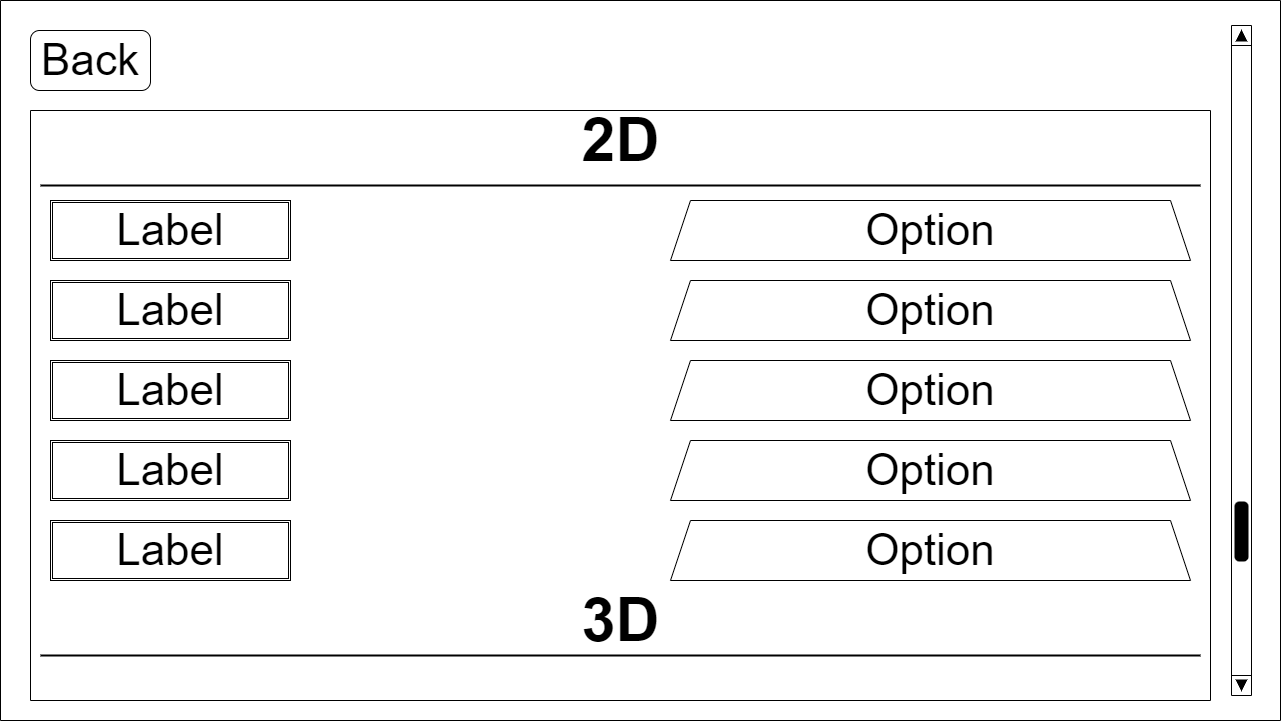
Above: Design/Project-Visual Settings.drawio.png in PawekPL/Atlas-of-Dreams (draw.io), before the change. Source tidied: cells renumbered, new cells last; positions are measured from the earlier drawing's top-left corner, leaving out a move shared by most shapes.
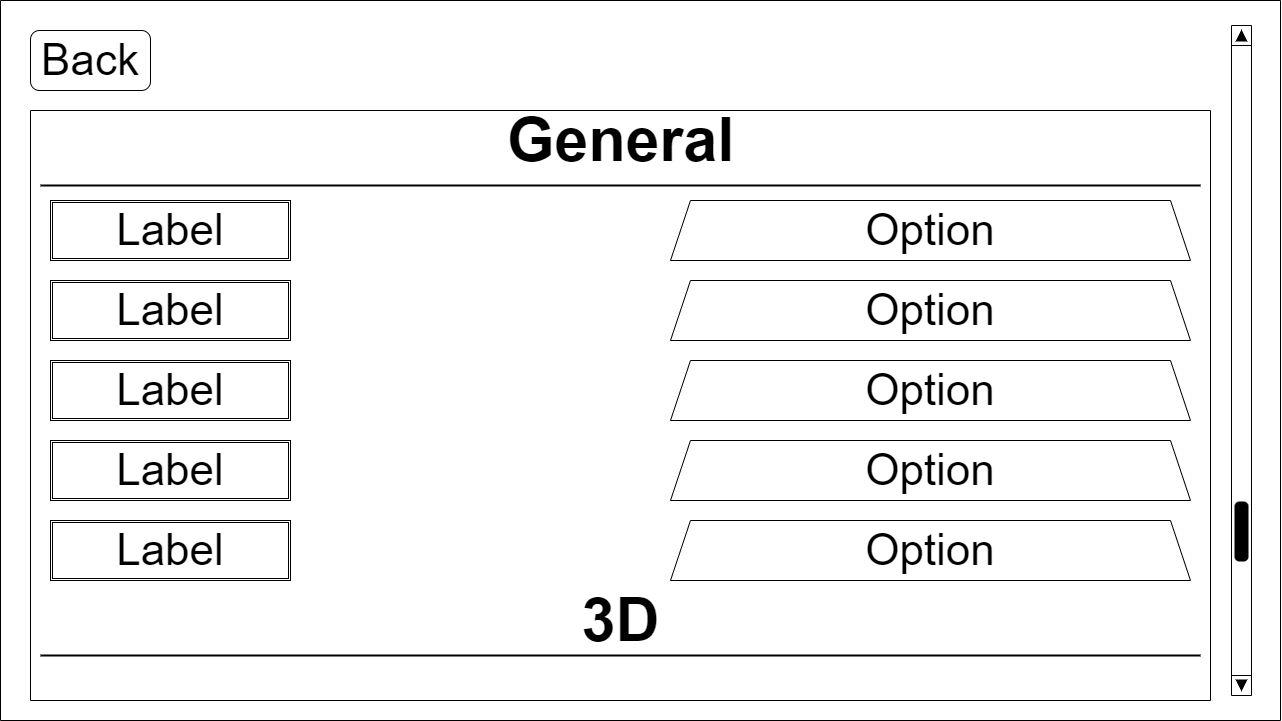
Above is the later version.

What changed in the source:
```diff
@@ -53,7 +53,7 @@
     <mxCell id="18" value="&lt;font style=&quot;font-size: 61px&quot;&gt;3D&lt;/font&gt;" style="text;strokeColor=none;fillColor=none;html=1;fontSize=24;fontStyle=1;verticalAlign=middle;align=center;" parent="15" vertex="1">
       <mxGeometry x="477" y="450" width="226" height="120" as="geometry" />
     </mxCell>
-    <mxCell id="19" value="&lt;font style=&quot;font-size: 61px&quot;&gt;2D&lt;/font&gt;" style="text;strokeColor=none;fillColor=none;html=1;fontSize=24;fontStyle=1;verticalAlign=middle;align=center;" parent="15" vertex="1">
+    <mxCell id="19" value="&lt;font style=&quot;font-size: 61px&quot;&gt;General&lt;/font&gt;" style="text;strokeColor=none;fillColor=none;html=1;fontSize=24;fontStyle=1;verticalAlign=middle;align=center;" parent="15" vertex="1">
       <mxGeometry x="477" y="-30" width="226" height="120" as="geometry" />
     </mxCell>
   </root>
```
